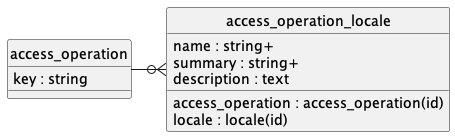
This is doc/concepts/access_operation/uml.png from contactopensource/contactopensource, a PlantUML export, as it was before one commit.
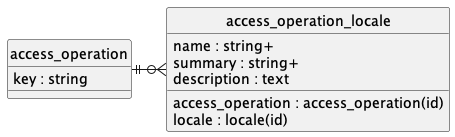
After the change.

Change to the diagram source:
```diff
@@ -15,6 +15,6 @@
     description : text
 }
 
-access_operation -r-o{ access_operation_locale
+access_operation ||-r-o{ access_operation_locale
 
 @enduml
```
